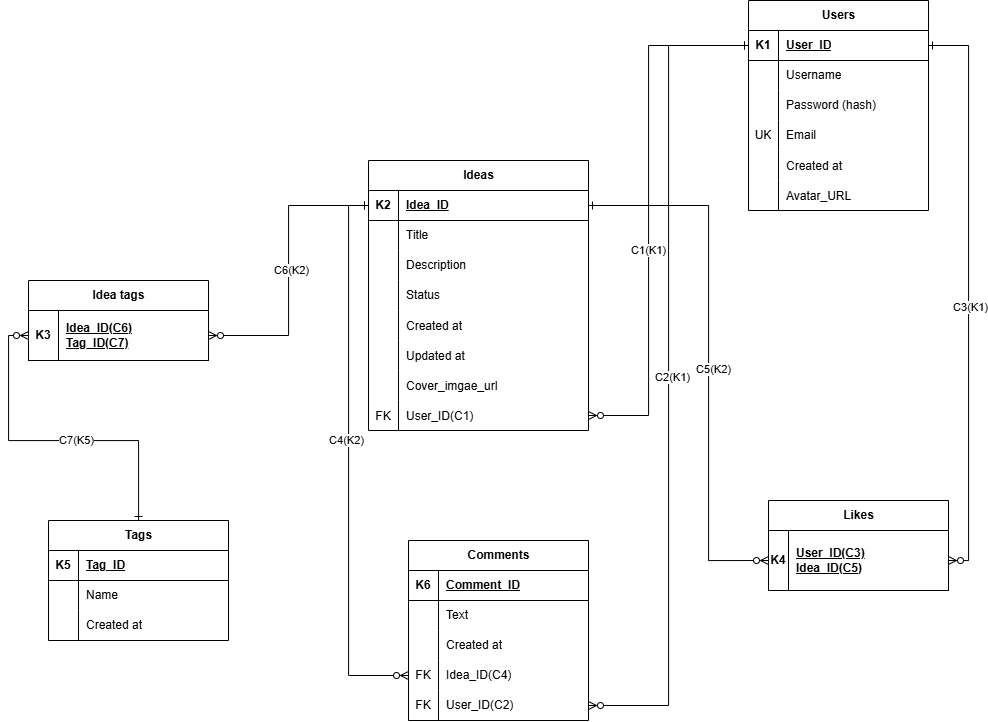
The draw.io diagram database_diagram.drawio.png in 44656e6973/backend, before a commit. Source tidied: cells renumbered, new cells last; positions are measured from the earlier drawing's top-left corner, leaving out a move shared by most shapes.
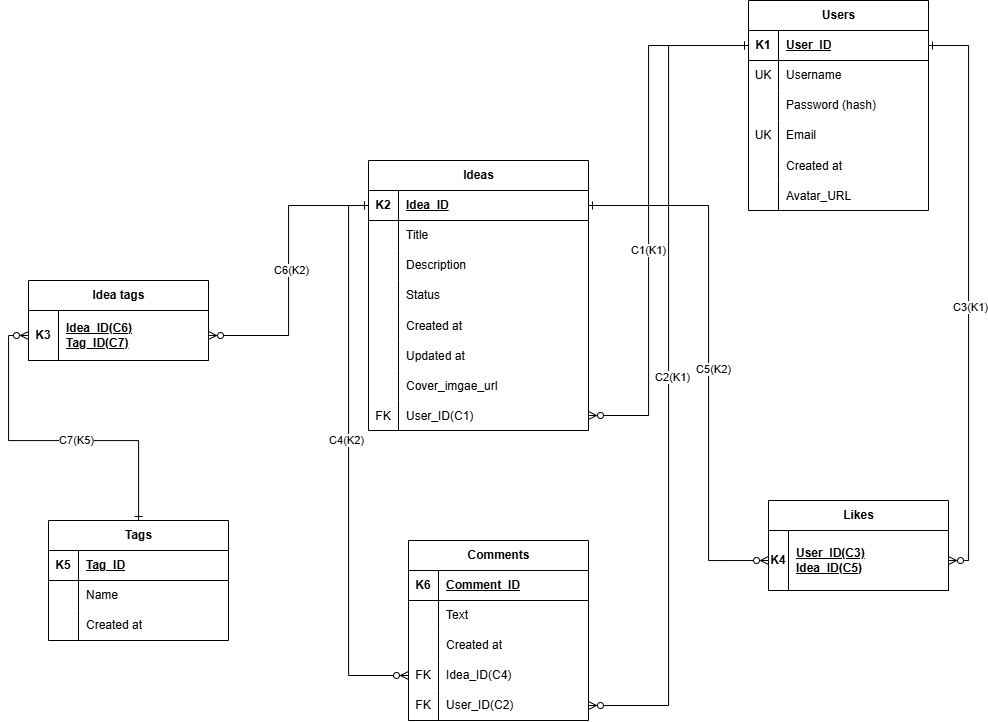
The same file after the commit.

Diff of the diagram source:
```diff
@@ -17,7 +17,7 @@
     <mxCell id="6" style="shape=tableRow;horizontal=0;startSize=0;swimlaneHead=0;swimlaneBody=0;fillColor=none;top=0;left=0;right=0;bottom=0;" parent="2" vertex="1">
       <mxGeometry y="60" width="180" height="30" as="geometry" />
     </mxCell>
-    <mxCell id="7" style="shape=partialRectangle;fillColor=none;top=0;left=0;bottom=0;right=0;overflow=hidden;whiteSpace=wrap;html=1;" parent="6" vertex="1">
+    <mxCell id="7" value="UK" style="shape=partialRectangle;fillColor=none;top=0;left=0;bottom=0;right=0;overflow=hidden;whiteSpace=wrap;html=1;" parent="6" vertex="1">
       <mxGeometry width="30" height="30" as="geometry" />
     </mxCell>
     <mxCell id="8" value="Username" style="shape=partialRectangle;fillColor=none;top=0;left=0;bottom=0;right=0;align=left;spacingLeft=6;overflow=hidden;whiteSpace=wrap;html=1;" parent="6" vertex="1">
```
